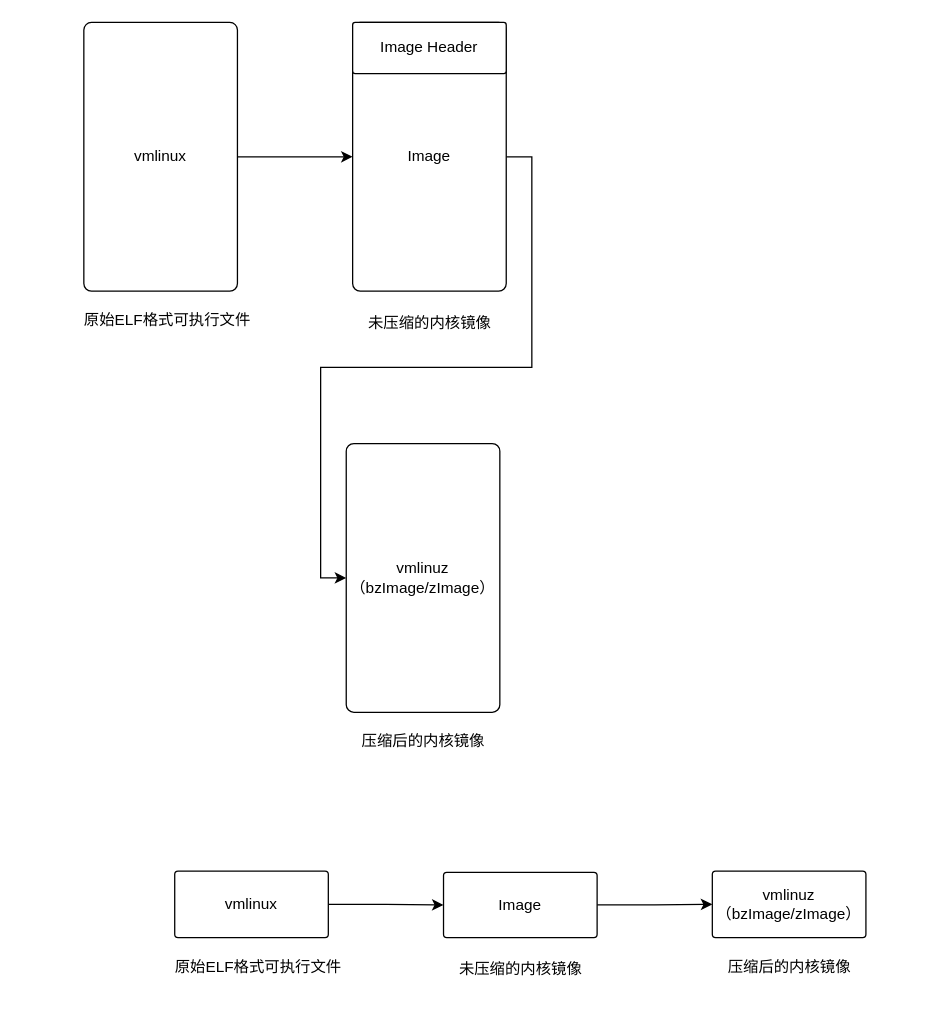
Earlier version of the draw.io diagram page "第 2 页" (2 of 2) of linux/linux_boot.drawio (Aspiresky/draw.io). Source tidied: cells renumbered, new cells numbered last; positions are measured from the earlier drawing's top-left corner, leaving out a move shared by most shapes. Both pictures are drawn from the tidied source at 128%, with x=0, y=0 at pixel (70, 22).
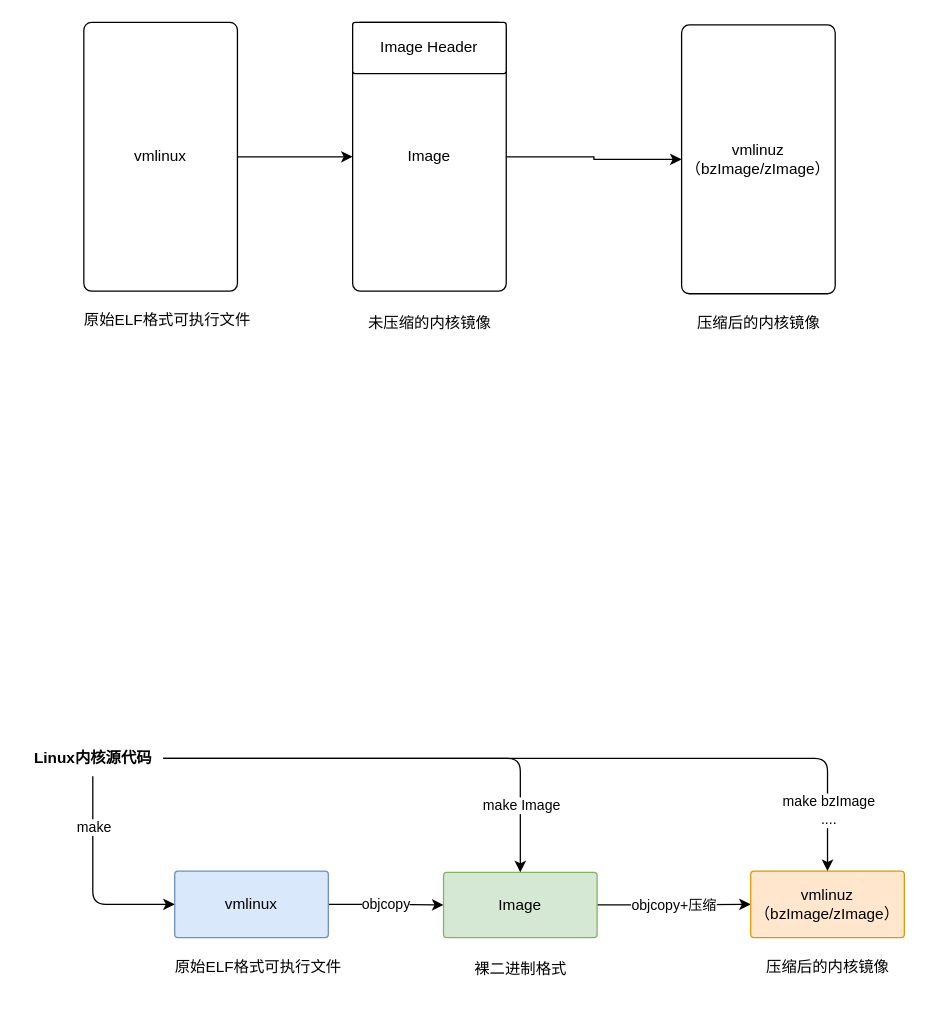
After the change.

The change refers to these unchanged cells:
```xml
<mxCell id="13" style="edgeStyle=orthogonalEdgeStyle;rounded=0;jettySize=auto;html=1;exitX=1;exitY=0.5;exitDx=0;exitDy=0;entryX=0;entryY=0.5;entryDx=0;entryDy=0;" parent="1" edge="1" source="14" target="16">
  <mxGeometry relative="1" as="geometry" />
</mxCell>
```

Diff of the diagram source:
```diff
@@
     <mxCell id="8" value="vmlinuz（bzImage/zImage）" style="rounded=1;whiteSpace=wrap;html=1;arcSize=5;" parent="1" vertex="1">
-      <mxGeometry x="215" y="329" width="120" height="210" as="geometry" />
+      <mxGeometry x="477" y="2" width="120" height="210" as="geometry" />
     </mxCell>
     <mxCell id="9" value="压缩后的内核镜像" style="text;html=1;align=center;verticalAlign=middle;strokeColor=none;fillColor=none;" parent="1" vertex="1">
-      <mxGeometry x="215" y="547" width="120" height="30" as="geometry" />
+      <mxGeometry x="477" y="220" width="120" height="30" as="geometry" />
     </mxCell>
@@
-    <mxCell id="11" style="edgeStyle=orthogonalEdgeStyle;rounded=0;jettySize=auto;html=1;entryX=0;entryY=0.5;entryDx=0;entryDy=0;arcSize=5;" parent="1" edge="1" source="12" target="14">
+    <mxCell id="11" value="objcopy" style="edgeStyle=orthogonalEdgeStyle;rounded=0;jettySize=auto;html=1;entryX=0;entryY=0.5;entryDx=0;entryDy=0;arcSize=5;" parent="1" edge="1" source="12" target="14">
       <mxGeometry relative="1" as="geometry" />
     </mxCell>
-    <mxCell id="12" value="vmlinux" style="rounded=1;whiteSpace=wrap;html=1;arcSize=5;" parent="1" vertex="1">
+    <mxCell id="12" value="vmlinux" style="rounded=1;whiteSpace=wrap;html=1;arcSize=5;fillColor=#dae8fc;strokeColor=#6c8ebf;" parent="1" vertex="1">
       <mxGeometry x="81" y="663" width="120" height="52" as="geometry" />
     </mxCell>
@@
+    <mxCell id="19" value="objcopy+压缩" style="edgeLabel;html=1;align=center;verticalAlign=middle;" parent="13" vertex="1">
+      <mxGeometry x="-0.2" relative="1" as="geometry">
+        <mxPoint x="11" as="offset" />
+      </mxGeometry>
+    </mxCell>
-    <mxCell id="14" value="Image" style="rounded=1;whiteSpace=wrap;html=1;arcSize=5;" parent="1" vertex="1">
+    <mxCell id="14" value="Image" style="rounded=1;whiteSpace=wrap;html=1;arcSize=5;fillColor=#d5e8d4;strokeColor=#82b366;" parent="1" vertex="1">
       <mxGeometry x="291" y="664" width="120" height="51" as="geometry" />
     </mxCell>
-    <mxCell id="15" value="未压缩的内核镜像" style="text;html=1;align=center;verticalAlign=middle;strokeColor=none;fillColor=none;" parent="1" vertex="1">
-      <mxGeometry x="291" y="725" width="120" height="30" as="geometry" />
+    <mxCell id="15" value="裸二进制格式" style="text;html=1;align=center;verticalAlign=middle;strokeColor=none;fillColor=none;" parent="1" vertex="1">
+      <mxGeometry x="306" y="727" width="90" height="26" as="geometry" />
     </mxCell>
-    <mxCell id="16" value="vmlinuz（bzImage/zImage）" style="rounded=1;whiteSpace=wrap;html=1;arcSize=5;" parent="1" vertex="1">
-      <mxGeometry x="501" y="663" width="120" height="52" as="geometry" />
+    <mxCell id="16" value="vmlinuz（bzImage/zImage）" style="rounded=1;whiteSpace=wrap;html=1;arcSize=5;fillColor=#ffe6cc;strokeColor=#d79b00;" parent="1" vertex="1">
+      <mxGeometry x="531" y="663" width="120" height="52" as="geometry" />
     </mxCell>
     <mxCell id="17" value="压缩后的内核镜像" style="text;html=1;align=center;verticalAlign=middle;strokeColor=none;fillColor=none;" parent="1" vertex="1">
-      <mxGeometry x="501" y="723" width="120" height="30" as="geometry" />
+      <mxGeometry x="531" y="723" width="120" height="30" as="geometry" />
     </mxCell>
@@
+    <mxCell id="20" style="edgeStyle=orthogonalEdgeStyle;rounded=1;jettySize=auto;html=1;curved=0;" parent="1" edge="1" source="26" target="14">
+      <mxGeometry relative="1" as="geometry" />
+    </mxCell>
+    <mxCell id="21" value="make Image" style="edgeLabel;html=1;align=center;verticalAlign=middle;" parent="20" vertex="1">
+      <mxGeometry x="0.69" relative="1" as="geometry">
+        <mxPoint y="4" as="offset" />
+      </mxGeometry>
+    </mxCell>
+    <mxCell id="22" style="edgeStyle=orthogonalEdgeStyle;rounded=1;jettySize=auto;html=1;entryX=0.5;entryY=0;entryDx=0;entryDy=0;curved=0;" parent="1" edge="1" source="26" target="16">
+      <mxGeometry relative="1" as="geometry" />
+    </mxCell>
+    <mxCell id="23" value="make bzImage&lt;div&gt;....&lt;/div&gt;" style="edgeLabel;html=1;align=center;verticalAlign=middle;" parent="22" vertex="1">
+      <mxGeometry x="0.79" y="-1" relative="1" as="geometry">
+        <mxPoint x="1" y="16" as="offset" />
+      </mxGeometry>
+    </mxCell>
+    <mxCell id="24" style="edgeStyle=orthogonalEdgeStyle;rounded=1;jettySize=auto;html=1;entryX=0;entryY=0.5;entryDx=0;entryDy=0;exitX=0.5;exitY=0.967;exitDx=0;exitDy=0;exitPerimeter=0;curved=0;" parent="1" edge="1" source="26" target="12">
+      <mxGeometry relative="1" as="geometry" />
+    </mxCell>
+    <mxCell id="25" value="make" style="edgeLabel;html=1;align=center;verticalAlign=middle;" parent="24" vertex="1">
+      <mxGeometry x="-0.52" relative="1" as="geometry" />
+    </mxCell>
+    <mxCell id="26" value="Linux内核源代码" style="text;html=1;align=center;verticalAlign=middle;points=[];strokeColor=none;fillColor=none;fontStyle=1;" parent="1" vertex="1">
+      <mxGeometry x="-38" y="560" width="110" height="30" as="geometry" />
+    </mxCell>
```
